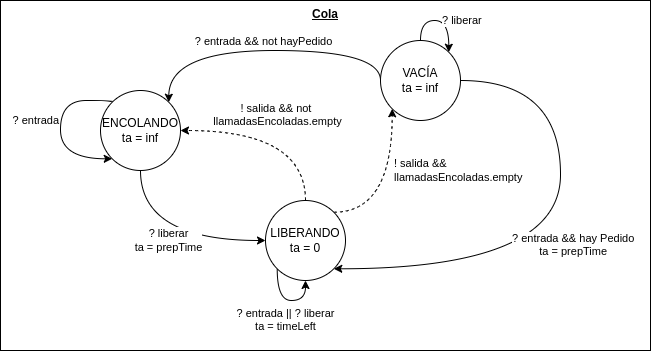
giselabelen/SED2021 keeps this draw.io diagram as imgs/colamodificada.png. Above is the earlier version. Source tidied: cells renumbered, new cells last; positions are measured from the earlier drawing's top-left corner, leaving out a move shared by most shapes. Source of this version:
```xml
<mxGraphModel>
  <root>
    <mxCell id="0" />
    <mxCell id="1" parent="0" />
    <mxCell id="2" value="&lt;b&gt;&lt;u&gt;Cola&lt;/u&gt;&lt;/b&gt;" style="rounded=0;whiteSpace=wrap;html=1;verticalAlign=top;" parent="1" vertex="1">
      <mxGeometry width="650" height="350" as="geometry" />
    </mxCell>
    <mxCell id="3" value="? liberar&lt;br&gt;&lt;div&gt;ta = prepTime&lt;/div&gt;" style="edgeStyle=orthogonalEdgeStyle;curved=1;jettySize=auto;html=1;exitX=0.5;exitY=1;exitDx=0;exitDy=0;entryX=0;entryY=0.5;entryDx=0;entryDy=0;startArrow=none;startFill=0;endArrow=classic;endFill=1;align=center;verticalAlign=middle;" parent="1" edge="1" source="4" target="10">
      <mxGeometry relative="1" as="geometry" />
    </mxCell>
    <mxCell id="4" value="ENCOLANDO&lt;br&gt;ta = inf" style="ellipse;whiteSpace=wrap;html=1;" parent="1" vertex="1">
      <mxGeometry x="100" y="90" width="80" height="80" as="geometry" />
    </mxCell>
    <mxCell id="5" value="? entrada &amp;amp;&amp;amp; not hayPedido" style="edgeStyle=orthogonalEdgeStyle;curved=1;jettySize=auto;html=1;exitX=0;exitY=0.5;exitDx=0;exitDy=0;entryX=1;entryY=0;entryDx=0;entryDy=0;startArrow=none;startFill=0;endArrow=classic;endFill=1;verticalAlign=bottom;" parent="1" edge="1" source="7" target="4">
      <mxGeometry relative="1" as="geometry">
        <Array as="points">
          <mxPoint x="380" y="50" />
          <mxPoint x="168" y="50" />
        </Array>
      </mxGeometry>
    </mxCell>
    <mxCell id="6" value="&lt;div style=&quot;text-align: center&quot;&gt;? entrada &amp;amp;&amp;amp; hay Pedido&lt;/div&gt;&lt;div style=&quot;text-align: center&quot;&gt;ta = prepTime&lt;/div&gt;" style="edgeStyle=orthogonalEdgeStyle;curved=1;jettySize=auto;html=1;exitX=1;exitY=0.5;exitDx=0;exitDy=0;entryX=1;entryY=1;entryDx=0;entryDy=0;startArrow=none;startFill=0;endArrow=classic;endFill=1;align=left;verticalAlign=bottom;" parent="1" edge="1" source="7" target="10">
      <mxGeometry x="0.31" y="-8" relative="1" as="geometry">
        <Array as="points">
          <mxPoint x="560" y="80" />
          <mxPoint x="560" y="268" />
        </Array>
      </mxGeometry>
    </mxCell>
    <mxCell id="7" value="VACÍA&lt;br&gt;ta = inf" style="ellipse;whiteSpace=wrap;html=1;" parent="1" vertex="1">
      <mxGeometry x="380" y="40" width="80" height="80" as="geometry" />
    </mxCell>
    <mxCell id="8" value="! salida &amp;amp;&amp;amp; not &lt;br&gt;llamadasEncoladas.empty" style="edgeStyle=orthogonalEdgeStyle;curved=1;jettySize=auto;html=1;exitX=0.5;exitY=0;exitDx=0;exitDy=0;entryX=1;entryY=0.5;entryDx=0;entryDy=0;startArrow=none;startFill=0;endArrow=classic;endFill=1;align=center;verticalAlign=bottom;dashed=1;" parent="1" edge="1" source="10" target="4">
      <mxGeometry relative="1" as="geometry" />
    </mxCell>
    <mxCell id="9" value="! salida &amp;amp;&amp;amp; &lt;br&gt;llamadasEncoladas.empty" style="edgeStyle=orthogonalEdgeStyle;curved=1;jettySize=auto;html=1;exitX=1;exitY=0;exitDx=0;exitDy=0;entryX=0;entryY=1;entryDx=0;entryDy=0;dashed=1;startArrow=none;startFill=0;endArrow=classic;endFill=1;align=left;verticalAlign=middle;" parent="1" edge="1" source="10" target="7">
      <mxGeometry x="0.24" relative="1" as="geometry" />
    </mxCell>
    <mxCell id="10" value="LIBERANDO&lt;br&gt;ta = 0" style="ellipse;whiteSpace=wrap;html=1;" parent="1" vertex="1">
      <mxGeometry x="265" y="200" width="80" height="80" as="geometry" />
    </mxCell>
    <mxCell id="11" value="? entrada" style="edgeStyle=orthogonalEdgeStyle;curved=1;orthogonalLoop=1;jettySize=auto;html=1;exitX=0;exitY=0;exitDx=0;exitDy=0;entryX=0;entryY=1;entryDx=0;entryDy=0;startArrow=none;startFill=0;endArrow=classic;endFill=1;verticalAlign=bottom;align=right;" parent="1" edge="1" source="4" target="4">
      <mxGeometry relative="1" as="geometry">
        <Array as="points">
          <mxPoint x="112" y="100" />
          <mxPoint x="60" y="100" />
          <mxPoint x="60" y="158" />
        </Array>
      </mxGeometry>
    </mxCell>
    <mxCell id="12" value="? liberar" style="edgeStyle=orthogonalEdgeStyle;orthogonalLoop=1;jettySize=auto;html=1;exitX=0.5;exitY=0;exitDx=0;exitDy=0;entryX=1;entryY=0;entryDx=0;entryDy=0;curved=1;align=left;" parent="1" edge="1" source="7" target="7">
      <mxGeometry relative="1" as="geometry">
        <Array as="points">
          <mxPoint x="420" y="20" />
          <mxPoint x="448" y="20" />
        </Array>
      </mxGeometry>
    </mxCell>
    <mxCell id="13" value="? entrada || ? liberar&lt;br&gt;ta = timeLeft" style="edgeStyle=orthogonalEdgeStyle;curved=1;orthogonalLoop=1;jettySize=auto;html=1;exitX=0;exitY=1;exitDx=0;exitDy=0;verticalAlign=top;" parent="1" edge="1" source="10" target="10">
      <mxGeometry relative="1" as="geometry">
        <Array as="points">
          <mxPoint x="277" y="300" />
          <mxPoint x="305" y="300" />
        </Array>
      </mxGeometry>
    </mxCell>
  </root>
</mxGraphModel>
```
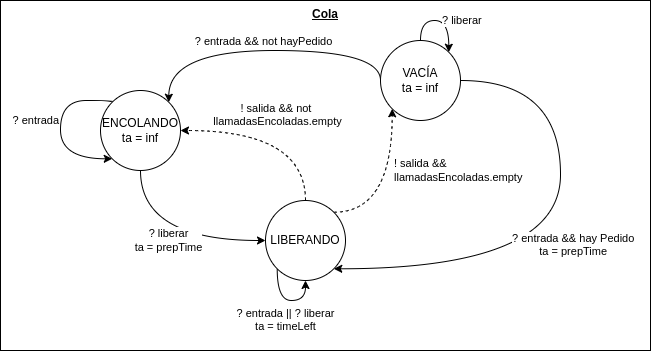
After the commit.

Commit message:
fix nuevos estados cola

Diff of the diagram source:
```diff
@@ -36,7 +36,7 @@
     <mxCell id="9" value="! salida &amp;amp;&amp;amp; &lt;br&gt;llamadasEncoladas.empty" style="edgeStyle=orthogonalEdgeStyle;curved=1;jettySize=auto;html=1;exitX=1;exitY=0;exitDx=0;exitDy=0;entryX=0;entryY=1;entryDx=0;entryDy=0;dashed=1;startArrow=none;startFill=0;endArrow=classic;endFill=1;align=left;verticalAlign=middle;" parent="1" edge="1" source="10" target="7">
       <mxGeometry x="0.24" relative="1" as="geometry" />
     </mxCell>
-    <mxCell id="10" value="LIBERANDO&lt;br&gt;ta = 0" style="ellipse;whiteSpace=wrap;html=1;" parent="1" vertex="1">
+    <mxCell id="10" value="LIBERANDO" style="ellipse;whiteSpace=wrap;html=1;" parent="1" vertex="1">
       <mxGeometry x="265" y="200" width="80" height="80" as="geometry" />
     </mxCell>
     <mxCell id="11" value="? entrada" style="edgeStyle=orthogonalEdgeStyle;curved=1;orthogonalLoop=1;jettySize=auto;html=1;exitX=0;exitY=0;exitDx=0;exitDy=0;entryX=0;entryY=1;entryDx=0;entryDy=0;startArrow=none;startFill=0;endArrow=classic;endFill=1;verticalAlign=bottom;align=right;" parent="1" edge="1" source="4" target="4">
```
